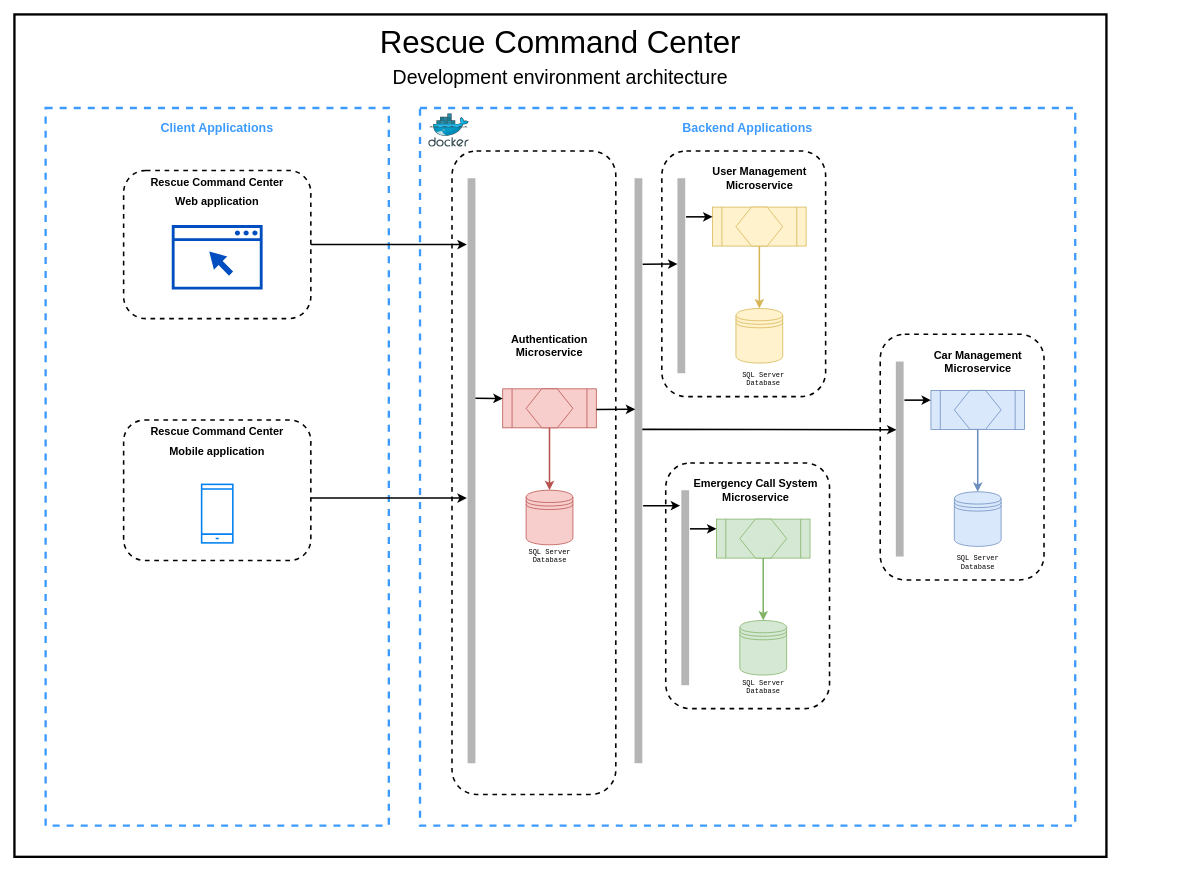
Earlier version of the draw.io diagram Documentation/Images/01_Architecture/Rescue Command Center.drawio (zlehman1/rescue-command-center). Source tidied: cells renumbered, new cells numbered last; positions are measured from the earlier drawing's top-left corner, leaving out a move shared by most shapes. Both pictures are drawn from the tidied source at 78%, with x=0, y=0 at pixel (14, 14).
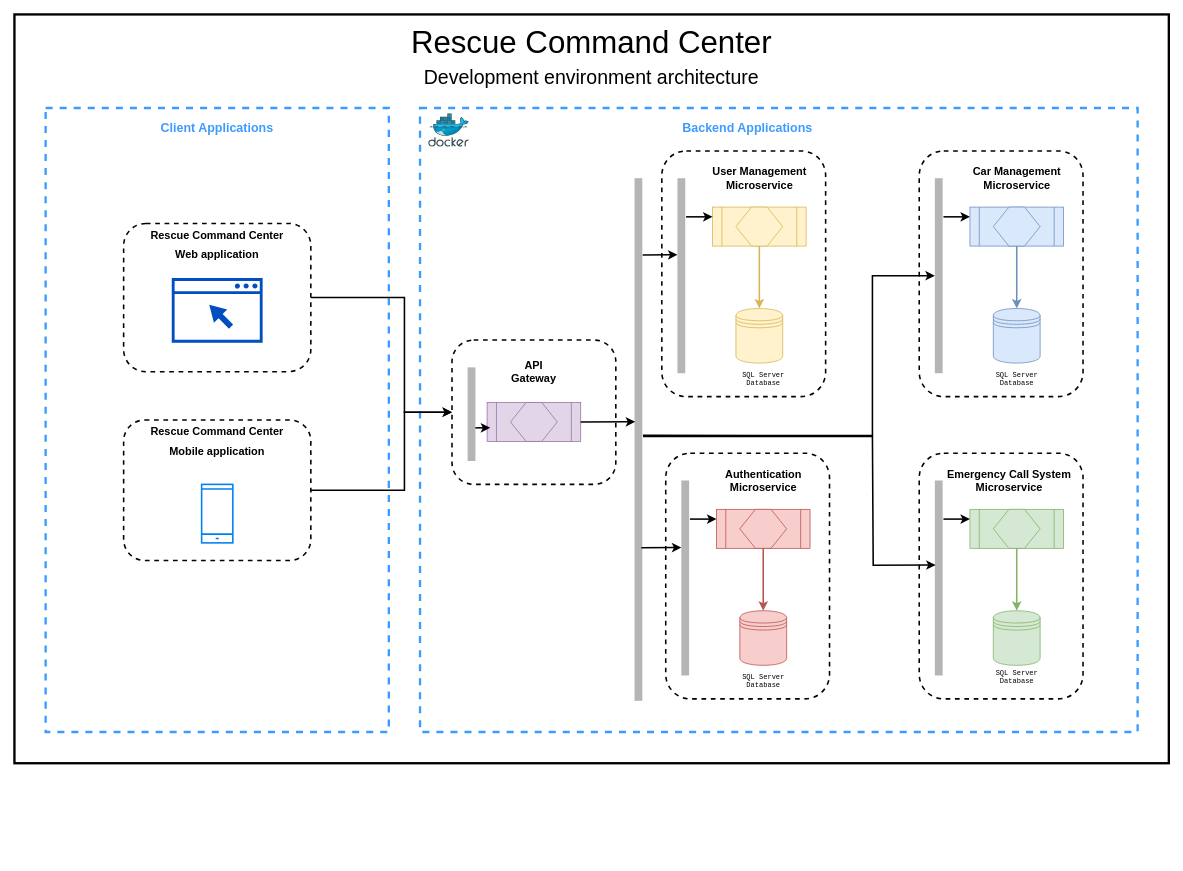
After the change.

Unchanged cells that the change refers to:
```xml
<mxCell id="15" style="rounded=1;whiteSpace=wrap;html=1;fillColor=none;strokeWidth=2;dashed=1;" parent="1" vertex="1">
  <mxGeometry x="140" y="520" width="240" height="180" as="geometry" />
</mxCell>
```

Change to the diagram source:
```diff
@@
     <mxCell id="2" style="rounded=0;whiteSpace=wrap;html=1;fillColor=none;strokeWidth=3;strokeColor=#000000;" parent="1" vertex="1">
-      <mxGeometry width="1400" height="1080" as="geometry" />
+      <mxGeometry width="1480" height="960" as="geometry" />
     </mxCell>
     <mxCell id="3" style="rounded=0;whiteSpace=wrap;html=1;fillColor=none;strokeWidth=3;dashed=1;strokeColor=#3d9bff;" parent="1" vertex="1">
-      <mxGeometry x="520" y="120" width="840" height="920" as="geometry" />
+      <mxGeometry x="520" y="120" width="920" height="800" as="geometry" />
     </mxCell>
     <mxCell id="4" style="rounded=0;whiteSpace=wrap;html=1;fillColor=none;strokeWidth=3;dashed=1;strokeColor=#3d9bff;" parent="1" vertex="1">
-      <mxGeometry x="40" y="120" width="440" height="920" as="geometry" />
+      <mxGeometry x="40" y="120" width="440" height="800" as="geometry" />
     </mxCell>
@@
     <mxCell id="6" value="Rescue Command Center" style="text;html=1;align=center;verticalAlign=middle;whiteSpace=wrap;rounded=0;fontSize=40;fontColor=#000000;" parent="1" vertex="1">
-      <mxGeometry x="440" y="20" width="520" height="30" as="geometry" />
+      <mxGeometry x="480" y="20" width="520" height="30" as="geometry" />
     </mxCell>
     <mxCell id="7" value="&lt;font style=&quot;font-size: 25px;&quot;&gt;Development environment architecture&lt;/font&gt;" style="text;html=1;align=center;verticalAlign=middle;whiteSpace=wrap;rounded=0;fontSize=40;fontColor=#000000;" parent="1" vertex="1">
-      <mxGeometry x="440" y="60" width="520" height="30" as="geometry" />
+      <mxGeometry x="480" y="60" width="520" height="30" as="geometry" />
     </mxCell>
     <mxCell id="8" style="rounded=1;whiteSpace=wrap;html=1;fillColor=none;strokeWidth=2;dashed=1;" parent="1" vertex="1">
-      <mxGeometry x="561" y="175" width="210" height="825" as="geometry" />
+      <mxGeometry x="561" y="417.5" width="210" height="185" as="geometry" />
     </mxCell>
-    <mxCell id="9" style="shape=datastore;whiteSpace=wrap;html=1;fillColor=#f8cecc;strokeColor=#b85450;" parent="1" vertex="1">
-      <mxGeometry x="656" y="610" width="60" height="70" as="geometry" />
-    </mxCell>
     <mxCell id="10" style="rounded=1;whiteSpace=wrap;html=1;fillColor=none;strokeWidth=2;dashed=1;" parent="1" vertex="1">
-      <mxGeometry x="140" y="200" width="240" height="190" as="geometry" />
+      <mxGeometry x="140" y="268" width="240" height="190" as="geometry" />
     </mxCell>
     <mxCell id="11" value="Rescue Command Center" style="text;html=1;align=center;verticalAlign=middle;whiteSpace=wrap;rounded=0;fontStyle=1;fontSize=14;" parent="1" vertex="1">
-      <mxGeometry x="163.1" y="200" width="193.8" height="30" as="geometry" />
+      <mxGeometry x="163.1" y="268" width="193.8" height="30" as="geometry" />
     </mxCell>
     <mxCell id="12" value="Web application" style="text;html=1;align=center;verticalAlign=middle;whiteSpace=wrap;rounded=0;fontStyle=1;fontSize=14;" parent="1" vertex="1">
-      <mxGeometry x="186.2" y="225" width="147.5" height="30" as="geometry" />
+      <mxGeometry x="186.2" y="293" width="147.5" height="30" as="geometry" />
     </mxCell>
-    <mxCell id="13" value="Authentication&lt;br style=&quot;font-size: 14px;&quot;&gt;Microservice" style="text;html=1;align=center;verticalAlign=middle;whiteSpace=wrap;rounded=0;fontStyle=1;fontSize=14;" parent="1" vertex="1">
-      <mxGeometry x="646" y="410" width="80" height="30" as="geometry" />
+    <mxCell id="13" value="API&lt;br&gt;Gateway" style="text;html=1;align=center;verticalAlign=middle;whiteSpace=wrap;rounded=0;fontStyle=1;fontSize=14;" parent="1" vertex="1">
+      <mxGeometry x="626" y="442.5" width="80" height="30" as="geometry" />
     </mxCell>
@@
-    <mxCell id="18" style="shape=process;whiteSpace=wrap;html=1;backgroundOutline=1;fillColor=#f8cecc;strokeColor=#b85450;" parent="1" vertex="1">
-      <mxGeometry x="626" y="480" width="120" height="50" as="geometry" />
+    <mxCell id="18" style="shape=process;whiteSpace=wrap;html=1;backgroundOutline=1;fillColor=#e1d5e7;strokeColor=#9673a6;" parent="1" vertex="1">
+      <mxGeometry x="606" y="497.5" width="120" height="50" as="geometry" />
     </mxCell>
-    <mxCell id="19" style="shape=hexagon;perimeter=hexagonPerimeter2;whiteSpace=wrap;html=1;fixedSize=1;fillColor=#f8cecc;strokeColor=#b85450;" parent="1" vertex="1">
-      <mxGeometry x="656" y="480" width="60" height="50" as="geometry" />
+    <mxCell id="19" style="shape=hexagon;perimeter=hexagonPerimeter2;whiteSpace=wrap;html=1;fixedSize=1;fillColor=#e1d5e7;strokeColor=#9673a6;" parent="1" vertex="1">
+      <mxGeometry x="636" y="497.5" width="60" height="50" as="geometry" />
     </mxCell>
-    <mxCell id="20" style="endArrow=classic;html=1;rounded=0;strokeWidth=2;fillColor=#f8cecc;strokeColor=#b85450;exitX=0.5;exitY=1;exitDx=0;exitDy=0;entryX=0.5;entryY=0;entryDx=0;entryDy=0;" parent="1" edge="1" source="19" target="9">
-      <mxGeometry relative="1" as="geometry" />
-    </mxCell>
     <mxCell id="21" style="rounded=0;whiteSpace=wrap;html=1;fillColor=#B5B5B5;strokeColor=none;" parent="1" vertex="1">
-      <mxGeometry x="581" y="210" width="10" height="750" as="geometry" />
+      <mxGeometry x="581" y="452.5" width="10" height="120" as="geometry" />
     </mxCell>
-    <mxCell id="22" style="endArrow=classic;html=1;rounded=0;strokeWidth=2;exitX=1;exitY=0.5;exitDx=0;exitDy=0;" parent="1" edge="1" source="10">
+    <mxCell id="22" style="endArrow=classic;html=1;rounded=0;strokeWidth=2;exitX=1;exitY=0.5;exitDx=0;exitDy=0;entryX=0;entryY=0.5;entryDx=0;entryDy=0;" parent="1" edge="1" source="10" target="8">
       <mxGeometry relative="1" as="geometry">
-        <mxPoint x="580" y="295" as="targetPoint" />
+        <Array as="points">
+          <mxPoint x="500" y="363" />
+          <mxPoint x="500" y="510" />
+        </Array>
       </mxGeometry>
     </mxCell>
-    <mxCell id="23" style="endArrow=classic;html=1;rounded=0;strokeWidth=2;exitX=1;exitY=0.376;exitDx=0;exitDy=0;entryX=0;entryY=0.25;entryDx=0;entryDy=0;exitPerimeter=0;" parent="1" edge="1" source="21" target="18">
-      <mxGeometry relative="1" as="geometry" />
-    </mxCell>
@@
     <mxCell id="32" style="rounded=1;whiteSpace=wrap;html=1;fillColor=none;strokeWidth=2;dashed=1;" parent="1" vertex="1">
-      <mxGeometry x="1110" y="410" width="210" height="315" as="geometry" />
+      <mxGeometry x="1160" y="175" width="210" height="315" as="geometry" />
     </mxCell>
     <mxCell id="33" style="shape=datastore;whiteSpace=wrap;html=1;fillColor=#dae8fc;strokeColor=#6c8ebf;" parent="1" vertex="1">
-      <mxGeometry x="1205" y="612" width="60" height="70" as="geometry" />
+      <mxGeometry x="1255" y="377" width="60" height="70" as="geometry" />
     </mxCell>
     <mxCell id="34" value="Car Management&lt;br style=&quot;font-size: 14px;&quot;&gt;Microservice" style="text;html=1;align=center;verticalAlign=middle;whiteSpace=wrap;rounded=0;fontStyle=1;fontSize=14;" parent="1" vertex="1">
-      <mxGeometry x="1164.5" y="430" width="141" height="30" as="geometry" />
+      <mxGeometry x="1214.5" y="195" width="141" height="30" as="geometry" />
     </mxCell>
     <mxCell id="35" style="shape=process;whiteSpace=wrap;html=1;backgroundOutline=1;fillColor=#dae8fc;strokeColor=#6c8ebf;" parent="1" vertex="1">
-      <mxGeometry x="1175" y="482" width="120" height="50" as="geometry" />
+      <mxGeometry x="1225" y="247" width="120" height="50" as="geometry" />
     </mxCell>
     <mxCell id="36" style="shape=hexagon;perimeter=hexagonPerimeter2;whiteSpace=wrap;html=1;fixedSize=1;fillColor=#dae8fc;strokeColor=#6c8ebf;" parent="1" vertex="1">
-      <mxGeometry x="1205" y="482" width="60" height="50" as="geometry" />
+      <mxGeometry x="1255" y="247" width="60" height="50" as="geometry" />
     </mxCell>
@@
     <mxCell id="38" style="rounded=0;whiteSpace=wrap;html=1;fillColor=#B5B5B5;strokeColor=none;" parent="1" vertex="1">
-      <mxGeometry x="1130" y="445" width="10" height="250" as="geometry" />
+      <mxGeometry x="1180" y="210" width="10" height="250" as="geometry" />
     </mxCell>
@@
     <mxCell id="40" style="rounded=0;whiteSpace=wrap;html=1;fillColor=#B5B5B5;strokeColor=none;" parent="1" vertex="1">
-      <mxGeometry x="795" y="210" width="10" height="750" as="geometry" />
+      <mxGeometry x="795" y="210" width="10" height="670" as="geometry" />
     </mxCell>
@@
-    <mxCell id="42" style="endArrow=classic;html=1;rounded=0;strokeWidth=2;exitX=1;exitY=0.5;exitDx=0;exitDy=0;" parent="1" edge="1">
+    <mxCell id="42" style="endArrow=classic;html=1;rounded=0;strokeWidth=2;exitX=1;exitY=0.5;exitDx=0;exitDy=0;entryX=0;entryY=0.5;entryDx=0;entryDy=0;" parent="1" edge="1" source="15" target="8">
       <mxGeometry relative="1" as="geometry">
-        <mxPoint x="380" y="620" as="sourcePoint" />
-        <mxPoint x="580" y="620" as="targetPoint" />
+        <Array as="points">
+          <mxPoint x="500" y="610" />
+          <mxPoint x="500" y="510" />
+        </Array>
       </mxGeometry>
     </mxCell>
     <mxCell id="43" style="endArrow=classic;html=1;rounded=0;strokeWidth=2;exitX=1.046;exitY=0.147;exitDx=0;exitDy=0;exitPerimeter=0;" parent="1" edge="1" source="40">
       <mxGeometry relative="1" as="geometry">
-        <mxPoint x="850" y="320" as="targetPoint" />
+        <mxPoint x="850" y="308" as="targetPoint" />
       </mxGeometry>
     </mxCell>
     <mxCell id="44" style="rounded=1;whiteSpace=wrap;html=1;fillColor=none;strokeWidth=2;dashed=1;" parent="1" vertex="1">
-      <mxGeometry x="835" y="575" width="210" height="315" as="geometry" />
+      <mxGeometry x="1160" y="562.5" width="210" height="315" as="geometry" />
     </mxCell>
     <mxCell id="45" style="shape=datastore;whiteSpace=wrap;html=1;fillColor=#d5e8d4;strokeColor=#82b366;" parent="1" vertex="1">
-      <mxGeometry x="930" y="777" width="60" height="70" as="geometry" />
+      <mxGeometry x="1255" y="764.5" width="60" height="70" as="geometry" />
     </mxCell>
     <mxCell id="46" value="Emergency Call System&lt;br style=&quot;font-size: 14px;&quot;&gt;Microservice" style="text;html=1;align=center;verticalAlign=middle;whiteSpace=wrap;rounded=0;fontStyle=1;fontSize=14;" parent="1" vertex="1">
-      <mxGeometry x="869.5" y="595" width="160.5" height="30" as="geometry" />
+      <mxGeometry x="1194.5" y="582.5" width="160.5" height="30" as="geometry" />
     </mxCell>
     <mxCell id="47" style="shape=process;whiteSpace=wrap;html=1;backgroundOutline=1;fillColor=#d5e8d4;strokeColor=#82b366;" parent="1" vertex="1">
-      <mxGeometry x="900" y="647" width="120" height="50" as="geometry" />
+      <mxGeometry x="1225" y="634.5" width="120" height="50" as="geometry" />
     </mxCell>
     <mxCell id="48" style="shape=hexagon;perimeter=hexagonPerimeter2;whiteSpace=wrap;html=1;fixedSize=1;fillColor=#d5e8d4;strokeColor=#82b366;" parent="1" vertex="1">
-      <mxGeometry x="930" y="647" width="60" height="50" as="geometry" />
+      <mxGeometry x="1255" y="634.5" width="60" height="50" as="geometry" />
     </mxCell>
@@
     <mxCell id="50" style="rounded=0;whiteSpace=wrap;html=1;fillColor=#B5B5B5;strokeColor=none;" parent="1" vertex="1">
-      <mxGeometry x="855" y="610" width="10" height="250" as="geometry" />
+      <mxGeometry x="1180" y="597.5" width="10" height="250" as="geometry" />
     </mxCell>
@@
-    <mxCell id="52" style="endArrow=classic;html=1;rounded=0;strokeWidth=2;exitX=1;exitY=0.5;exitDx=0;exitDy=0;entryX=0.08;entryY=0.35;entryDx=0;entryDy=0;entryPerimeter=0;" parent="1" edge="1" target="38">
-      <mxGeometry relative="1" as="geometry">
-        <mxPoint x="805" y="532" as="sourcePoint" />
-      </mxGeometry>
-    </mxCell>
-    <mxCell id="53" value="&lt;font style=&quot;font-size: 9px;&quot;&gt;SQL Server&lt;br style=&quot;font-size: 9px;&quot;&gt;Database&lt;/font&gt;" style="text;html=1;align=center;verticalAlign=middle;whiteSpace=wrap;rounded=0;fontStyle=0;fontSize=9;fontFamily=Courier New;" parent="1" vertex="1">
-      <mxGeometry x="643.8" y="682" width="84.5" height="25" as="geometry" />
-    </mxCell>
     <mxCell id="54" value="&lt;font style=&quot;font-size: 9px;&quot;&gt;SQL Server&lt;br style=&quot;font-size: 9px;&quot;&gt;Database&lt;/font&gt;" style="text;html=1;align=center;verticalAlign=middle;whiteSpace=wrap;rounded=0;fontStyle=0;fontSize=9;fontFamily=Courier New;" parent="1" vertex="1">
-      <mxGeometry x="917.8" y="850" width="84.5" height="25" as="geometry" />
+      <mxGeometry x="1242.8" y="837.5" width="84.5" height="25" as="geometry" />
     </mxCell>
     <mxCell id="55" value="&lt;font style=&quot;font-size: 9px;&quot;&gt;SQL Server&lt;br style=&quot;font-size: 9px;&quot;&gt;Database&lt;/font&gt;" style="text;html=1;align=center;verticalAlign=middle;whiteSpace=wrap;rounded=0;fontStyle=0;fontSize=9;fontFamily=Courier New;" parent="1" vertex="1">
-      <mxGeometry x="1192.8" y="690" width="84.5" height="25" as="geometry" />
+      <mxGeometry x="1242.8" y="455" width="84.5" height="25" as="geometry" />
     </mxCell>
@@
-    <mxCell id="57" style="endArrow=classic;html=1;rounded=0;strokeWidth=2;exitX=1;exitY=0.5;exitDx=0;exitDy=0;entryX=0.092;entryY=0.395;entryDx=0;entryDy=0;entryPerimeter=0;" parent="1" edge="1" target="40">
-      <mxGeometry relative="1" as="geometry">
-        <mxPoint x="746" y="506.5" as="sourcePoint" />
-      </mxGeometry>
-    </mxCell>
-    <mxCell id="58" style="endArrow=classic;html=1;rounded=0;strokeWidth=2;exitX=1.046;exitY=0.147;exitDx=0;exitDy=0;exitPerimeter=0;entryX=-0.153;entryY=0.079;entryDx=0;entryDy=0;entryPerimeter=0;" parent="1" edge="1" target="50">
-      <mxGeometry relative="1" as="geometry">
-        <mxPoint x="806" y="630" as="sourcePoint" />
-      </mxGeometry>
-    </mxCell>
     <mxCell id="59" style="sketch=0;shadow=0;dashed=0;html=1;strokeColor=none;fillColor=#004EBF;labelPosition=center;verticalLabelPosition=bottom;verticalAlign=top;align=center;shape=mxgraph.vvd.web_browser;" parent="1" vertex="1">
-      <mxGeometry x="201.7" y="270" width="116.5" height="82.8" as="geometry" />
+      <mxGeometry x="201.7" y="338" width="116.5" height="82.8" as="geometry" />
     </mxCell>
@@
+    <mxCell id="61" style="rounded=1;whiteSpace=wrap;html=1;fillColor=none;strokeWidth=2;dashed=1;" parent="1" vertex="1">
+      <mxGeometry x="835" y="562.5" width="210" height="315" as="geometry" />
+    </mxCell>
+    <mxCell id="62" style="shape=datastore;whiteSpace=wrap;html=1;fillColor=#f8cecc;strokeColor=#b85450;" parent="1" vertex="1">
+      <mxGeometry x="930" y="764.5" width="60" height="70" as="geometry" />
+    </mxCell>
+    <mxCell id="63" value="Authentication&lt;br style=&quot;font-size: 14px;&quot;&gt;Microservice" style="text;html=1;align=center;verticalAlign=middle;whiteSpace=wrap;rounded=0;fontStyle=1;fontSize=14;" parent="1" vertex="1">
+      <mxGeometry x="889.5" y="582.5" width="141" height="30" as="geometry" />
+    </mxCell>
+    <mxCell id="64" style="shape=process;whiteSpace=wrap;html=1;backgroundOutline=1;fillColor=#f8cecc;strokeColor=#b85450;" parent="1" vertex="1">
+      <mxGeometry x="900" y="634.5" width="120" height="50" as="geometry" />
+    </mxCell>
+    <mxCell id="65" style="shape=hexagon;perimeter=hexagonPerimeter2;whiteSpace=wrap;html=1;fixedSize=1;fillColor=#f8cecc;strokeColor=#b85450;" parent="1" vertex="1">
+      <mxGeometry x="930" y="634.5" width="60" height="50" as="geometry" />
+    </mxCell>
+    <mxCell id="66" style="endArrow=classic;html=1;rounded=0;strokeWidth=2;fillColor=#f8cecc;strokeColor=#b85450;exitX=0.5;exitY=1;exitDx=0;exitDy=0;entryX=0.5;entryY=0;entryDx=0;entryDy=0;" parent="1" edge="1" source="65" target="62">
+      <mxGeometry relative="1" as="geometry" />
+    </mxCell>
+    <mxCell id="67" style="rounded=0;whiteSpace=wrap;html=1;fillColor=#B5B5B5;strokeColor=none;" parent="1" vertex="1">
+      <mxGeometry x="855" y="597.5" width="10" height="250" as="geometry" />
+    </mxCell>
+    <mxCell id="68" style="endArrow=classic;html=1;rounded=0;strokeWidth=2;exitX=1.105;exitY=0.198;exitDx=0;exitDy=0;entryX=0;entryY=0.25;entryDx=0;entryDy=0;exitPerimeter=0;" parent="1" edge="1" source="67" target="64">
+      <mxGeometry relative="1" as="geometry" />
+    </mxCell>
+    <mxCell id="53" value="&lt;font style=&quot;font-size: 9px;&quot;&gt;SQL Server&lt;br style=&quot;font-size: 9px;&quot;&gt;Database&lt;/font&gt;" style="text;html=1;align=center;verticalAlign=middle;whiteSpace=wrap;rounded=0;fontStyle=0;fontSize=9;fontFamily=Courier New;" parent="1" vertex="1">
+      <mxGeometry x="917.8" y="842.5" width="84.5" height="25" as="geometry" />
+    </mxCell>
+    <mxCell id="69" style="endArrow=classic;html=1;rounded=0;strokeWidth=2;exitX=0.879;exitY=0.707;exitDx=0;exitDy=0;exitPerimeter=0;" parent="1" edge="1" source="40">
+      <mxGeometry relative="1" as="geometry">
+        <mxPoint x="855" y="683.5" as="targetPoint" />
+      </mxGeometry>
+    </mxCell>
+    <mxCell id="70" style="endArrow=classic;html=1;rounded=0;strokeWidth=2;exitX=1;exitY=0.5;exitDx=0;exitDy=0;entryX=0.083;entryY=0.466;entryDx=0;entryDy=0;entryPerimeter=0;" parent="1" edge="1" source="18" target="40">
+      <mxGeometry relative="1" as="geometry" />
+    </mxCell>
+    <mxCell id="71" style="endArrow=classic;html=1;rounded=0;strokeWidth=2;exitX=1.083;exitY=0.492;exitDx=0;exitDy=0;entryX=0;entryY=0.5;entryDx=0;entryDy=0;exitPerimeter=0;" parent="1" edge="1" source="40" target="38">
+      <mxGeometry relative="1" as="geometry">
+        <Array as="points">
+          <mxPoint x="1100" y="540" />
+          <mxPoint x="1100" y="335" />
+        </Array>
+      </mxGeometry>
+    </mxCell>
+    <mxCell id="72" style="endArrow=classic;html=1;rounded=0;strokeWidth=2;exitX=1.083;exitY=0.492;exitDx=0;exitDy=0;entryX=0;entryY=0.5;entryDx=0;entryDy=0;exitPerimeter=0;" parent="1" edge="1">
+      <mxGeometry relative="1" as="geometry">
+        <mxPoint x="806" y="541" as="sourcePoint" />
+        <mxPoint x="1181" y="705.8" as="targetPoint" />
+        <Array as="points">
+          <mxPoint x="1100" y="541" />
+          <mxPoint x="1101" y="706.2" />
+        </Array>
+      </mxGeometry>
+    </mxCell>
+    <mxCell id="73" style="endArrow=classic;html=1;rounded=0;strokeWidth=2;exitX=1.046;exitY=0.147;exitDx=0;exitDy=0;exitPerimeter=0;" parent="1" edge="1">
+      <mxGeometry relative="1" as="geometry">
+        <mxPoint x="591" y="530" as="sourcePoint" />
+        <mxPoint x="610" y="530" as="targetPoint" />
+      </mxGeometry>
+    </mxCell>
```
